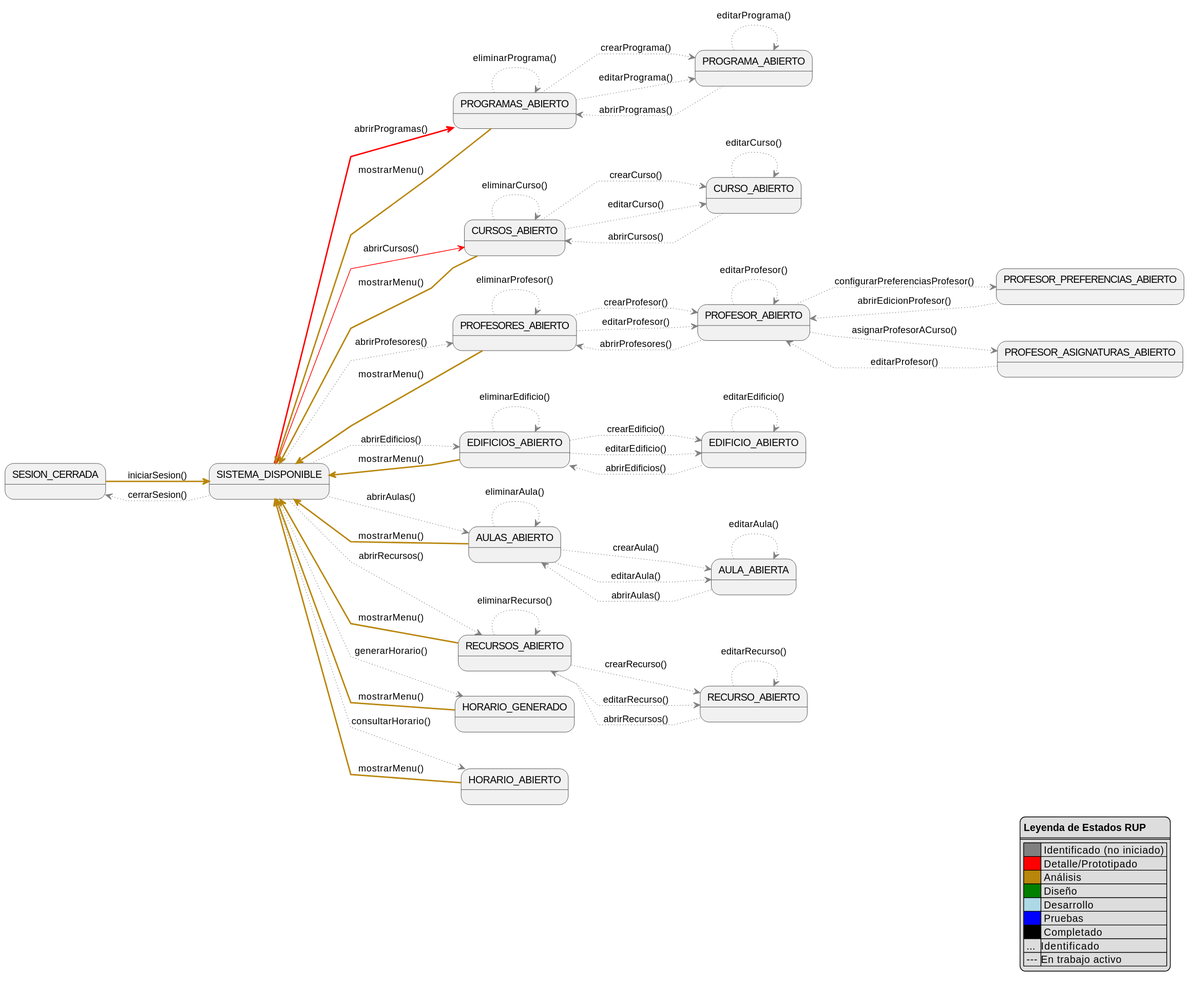
This is images/RUP/99-seguimiento/diagrama-contexto-administrador.svg from Hexcss/scheduler, a PlantUML export, as it was before one commit.
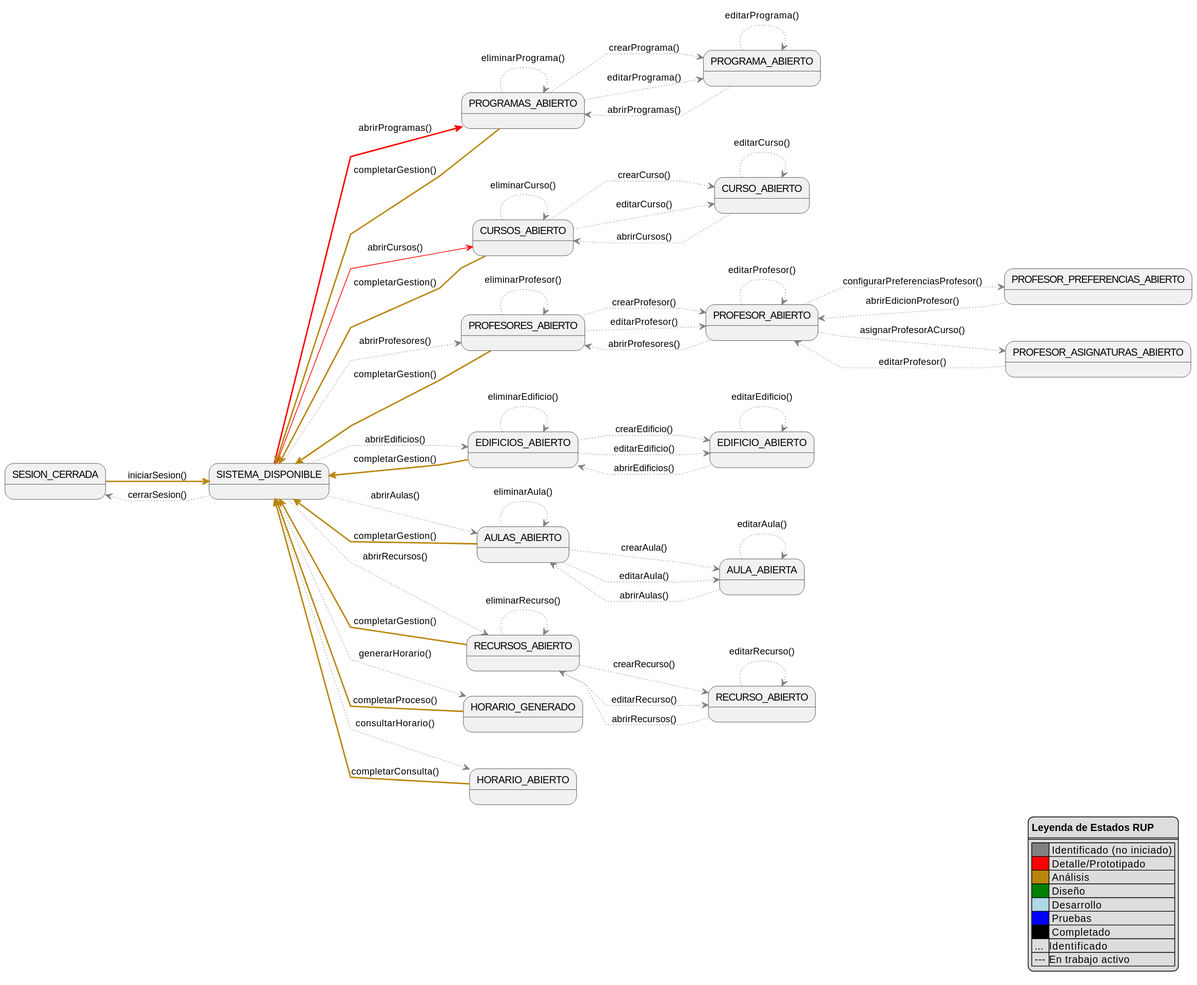
The same diagram one commit later.

Commit message:
fix: actualizamos el dashboard de seguimiento

The edit, as a diff of the source:
```diff
@@ -84,12 +84,12 @@
 ListRecursos -[#gray,dotted]-> ListRecursos: eliminarRecurso()
 EditRecurso -[#gray,dotted]-> EditRecurso: editarRecurso()
 EditRecurso -[#gray,dotted]-> ListRecursos: abrirRecursos()
-ListProgramas -[#darkgoldenrod,thickness=2]-> Menu: mostrarMenu()
-ListCursos -[#darkgoldenrod,thickness=2]-> Menu: mostrarMenu()
-ListProfesores -[#darkgoldenrod,thickness=2]-> Menu: mostrarMenu()
-ListEdificios -[#darkgoldenrod,thickness=2]-> Menu: mostrarMenu()
-ListAulas -[#darkgoldenrod,thickness=2]-> Menu: mostrarMenu()
-ListRecursos -[#darkgoldenrod,thickness=2]-> Menu: mostrarMenu()
-Generacion -[#darkgoldenrod,thickness=2]-> Menu: mostrarMenu()
-Consulta -[#darkgoldenrod,thickness=2]-> Menu: mostrarMenu()
+ListProgramas -[#darkgoldenrod,thickness=2]-> Menu: completarGestion()
+ListCursos -[#darkgoldenrod,thickness=2]-> Menu: completarGestion()
+ListProfesores -[#darkgoldenrod,thickness=2]-> Menu: completarGestion()
+ListEdificios -[#darkgoldenrod,thickness=2]-> Menu: completarGestion()
+ListAulas -[#darkgoldenrod,thickness=2]-> Menu: completarGestion()
+ListRecursos -[#darkgoldenrod,thickness=2]-> Menu: completarGestion()
+Generacion -[#darkgoldenrod,thickness=2]-> Menu: completarProceso()
+Consulta -[#darkgoldenrod,thickness=2]-> Menu: completarConsulta()
 @enduml
```
